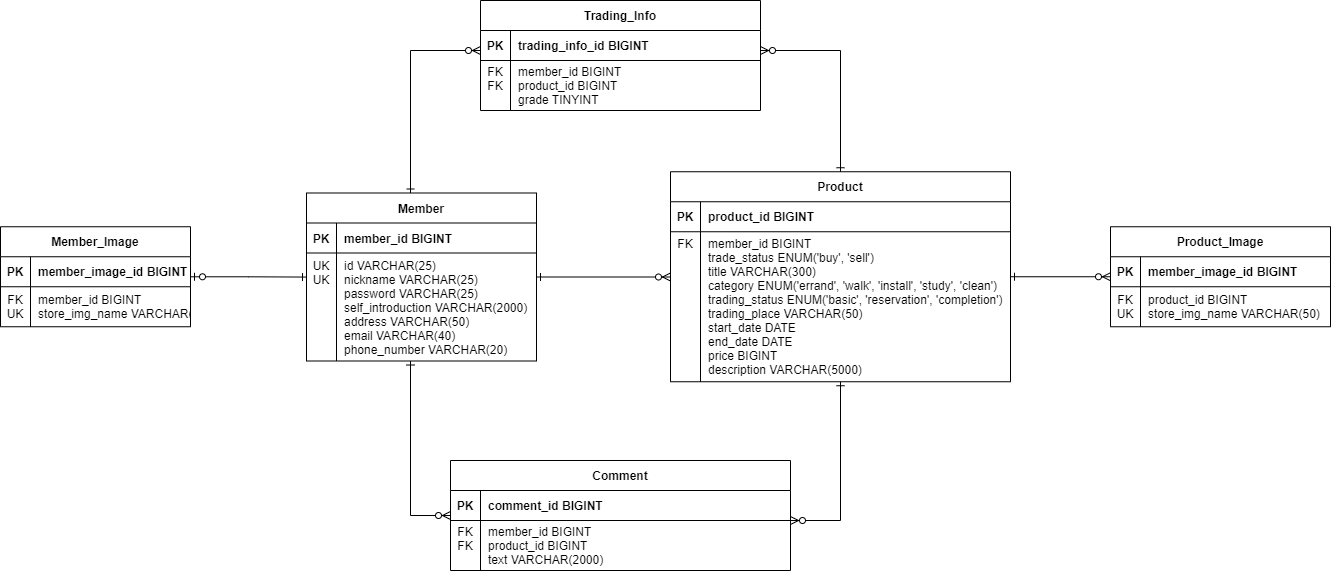
Before: sprint1 table.drawio.png, a diagram exported from draw.io (TEAM-TEMPUS/jjapturi). Source tidied: cells renumbered, new cells last; positions are measured from the earlier drawing's top-left corner, leaving out a move shared by most shapes.
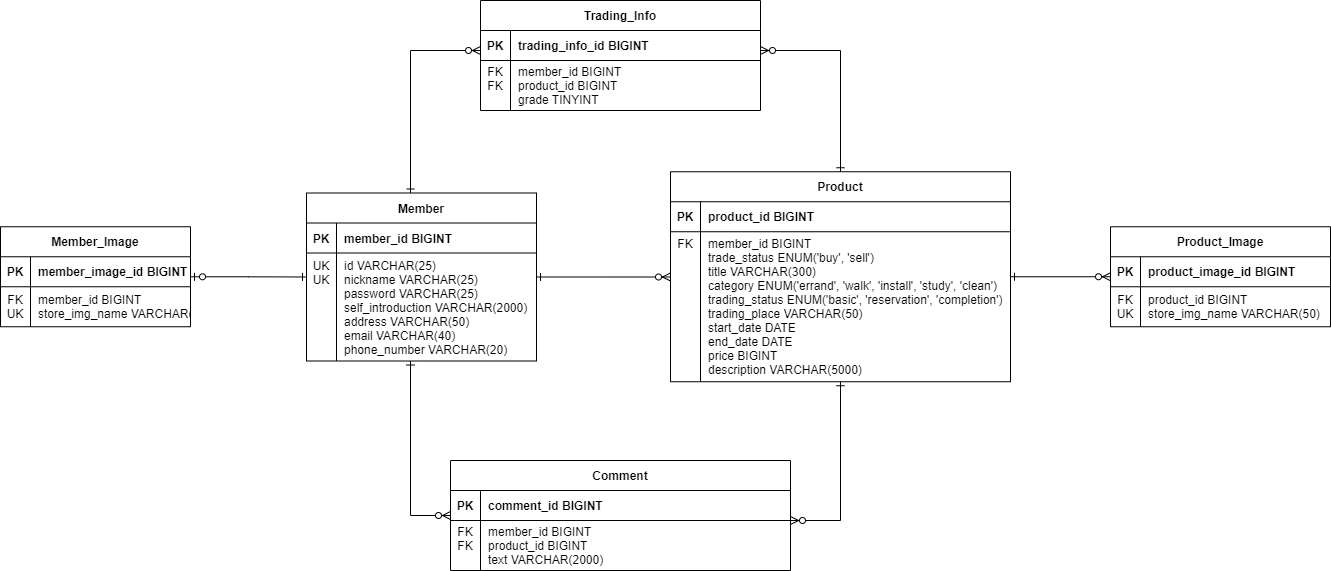
After the change.

Commit message:
chore: 필드명 오타 수정

Diff of the diagram source:
```diff
@@ -74,7 +74,7 @@
     <mxCell id="25" value="PK" style="shape=partialRectangle;fillColor=none;top=0;left=0;bottom=0;right=0;fontStyle=1;overflow=hidden;" parent="24" vertex="1">
       <mxGeometry width="30" height="30" as="geometry" />
     </mxCell>
-    <mxCell id="26" value="member_image_id BIGINT" style="shape=partialRectangle;fillColor=none;top=0;left=0;bottom=0;right=0;align=left;spacingLeft=6;fontStyle=1;overflow=hidden;" parent="24" vertex="1">
+    <mxCell id="26" value="product_image_id BIGINT" style="shape=partialRectangle;fillColor=none;top=0;left=0;bottom=0;right=0;align=left;spacingLeft=6;fontStyle=1;overflow=hidden;" parent="24" vertex="1">
       <mxGeometry x="30" width="190" height="30" as="geometry" />
     </mxCell>
     <mxCell id="27" style="shape=tableRow;horizontal=0;startSize=0;swimlaneHead=0;swimlaneBody=0;fillColor=none;top=0;left=0;right=0;bottom=0;" parent="23" vertex="1">
```
